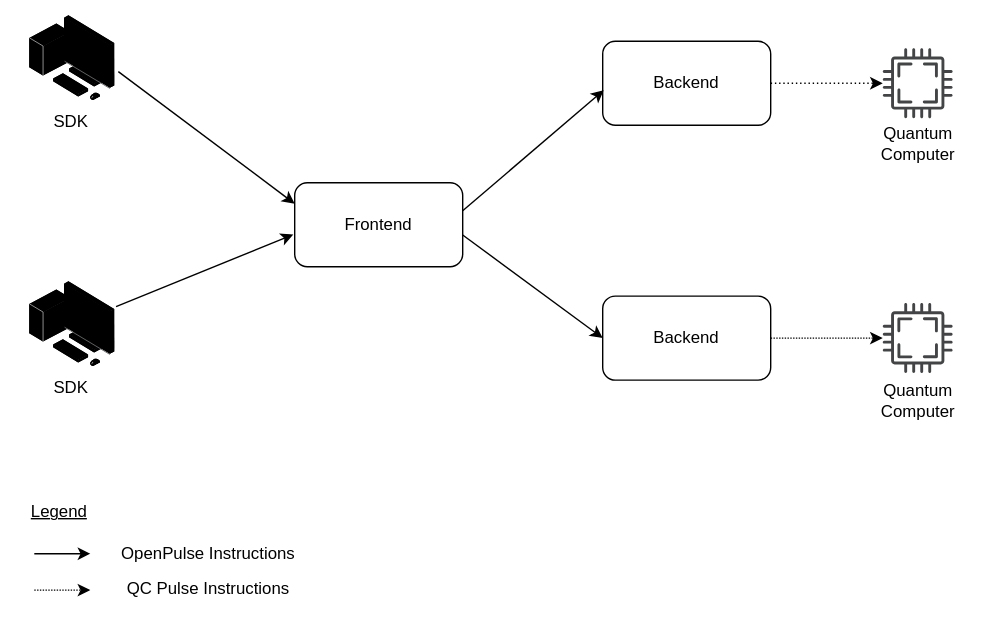
This is assets/tergite-overview.svg from tergite/tergite.github.io, a draw.io export, as it was before one commit. Source tidied: cells renumbered, new cells last; positions are measured from the earlier drawing's top-left corner, leaving out a move shared by most shapes. The source it was exported from:
```xml
<mxGraphModel>
  <root>
    <mxCell id="0" />
    <mxCell id="1" parent="0" />
    <mxCell id="2" style="edgeStyle=orthogonalEdgeStyle;rounded=0;jettySize=auto;html=1;dashed=1;dashPattern=1 2;" parent="1" edge="1" source="3" target="11">
      <mxGeometry relative="1" as="geometry" />
    </mxCell>
    <mxCell id="3" value="Backend" style="rounded=1;whiteSpace=wrap;html=1;" parent="1" vertex="1">
      <mxGeometry x="420" y="19" width="120" height="60" as="geometry" />
    </mxCell>
    <mxCell id="4" style="edgeStyle=orthogonalEdgeStyle;rounded=0;jettySize=auto;html=1;dashed=1;dashPattern=1 1;" parent="1" edge="1" source="5" target="14">
      <mxGeometry relative="1" as="geometry" />
    </mxCell>
    <mxCell id="5" value="Backend" style="rounded=1;whiteSpace=wrap;html=1;" parent="1" vertex="1">
      <mxGeometry x="420" y="201" width="120" height="60" as="geometry" />
    </mxCell>
    <mxCell id="6" value="Frontend" style="rounded=1;whiteSpace=wrap;html=1;" parent="1" vertex="1">
      <mxGeometry x="200" y="120" width="120" height="60" as="geometry" />
    </mxCell>
    <mxCell id="7" style="rounded=0;jettySize=auto;html=1;entryX=0;entryY=0.25;entryDx=0;entryDy=0;exitX=1.026;exitY=0.652;exitDx=0;exitDy=0;exitPerimeter=0;" parent="1" edge="1" source="17" target="6">
      <mxGeometry relative="1" as="geometry" />
    </mxCell>
    <mxCell id="8" style="rounded=0;jettySize=auto;html=1;entryX=0.006;entryY=0.583;entryDx=0;entryDy=0;entryPerimeter=0;" parent="1" edge="1" target="3">
      <mxGeometry relative="1" as="geometry">
        <mxPoint x="320" y="140" as="sourcePoint" />
      </mxGeometry>
    </mxCell>
    <mxCell id="9" style="rounded=0;jettySize=auto;html=1;entryX=0;entryY=0.5;entryDx=0;entryDy=0;exitX=1;exitY=0.622;exitDx=0;exitDy=0;exitPerimeter=0;" parent="1" edge="1" source="6" target="5">
      <mxGeometry relative="1" as="geometry" />
    </mxCell>
    <mxCell id="10" style="group;" parent="1" vertex="1">
      <mxGeometry x="605" y="24" width="80" height="88.4" as="geometry" />
    </mxCell>
    <mxCell id="11" style="sketch=0;shadow=0;dashed=0;html=1;strokeColor=none;fillColor=#434445;labelPosition=center;verticalLabelPosition=bottom;verticalAlign=top;align=center;outlineConnect=0;shape=mxgraph.vvd.cpu;" parent="10" vertex="1">
      <mxGeometry x="15" width="50" height="50" as="geometry" />
    </mxCell>
    <mxCell id="12" value="Quantum&lt;br&gt;Computer" style="text;html=1;align=center;verticalAlign=middle;strokeColor=none;fillColor=none;" parent="10" vertex="1">
      <mxGeometry y="48.4" width="80" height="40" as="geometry" />
    </mxCell>
    <mxCell id="13" style="group;" parent="1" vertex="1">
      <mxGeometry x="605" y="206" width="80" height="90" as="geometry" />
    </mxCell>
    <mxCell id="14" style="sketch=0;shadow=0;dashed=0;html=1;strokeColor=none;fillColor=#434445;labelPosition=center;verticalLabelPosition=bottom;verticalAlign=top;align=center;outlineConnect=0;shape=mxgraph.vvd.cpu;" parent="13" vertex="1">
      <mxGeometry x="15" width="50" height="50" as="geometry" />
    </mxCell>
    <mxCell id="15" value="Quantum&lt;br&gt;Computer" style="text;html=1;align=center;verticalAlign=middle;strokeColor=none;fillColor=none;" parent="13" vertex="1">
      <mxGeometry y="50" width="80" height="40" as="geometry" />
    </mxCell>
    <mxCell id="16" style="group;" parent="1" vertex="1">
      <mxGeometry width="100" height="97.4" as="geometry" />
    </mxCell>
    <mxCell id="17" style="image;points=[];html=1;align=center;shadow=0;dashed=0;image=img/lib/allied_telesis/computer_and_terminals/Personal_Computer_with_Server.svg;" parent="16" vertex="1">
      <mxGeometry x="10" width="62.4" height="62.4" as="geometry" />
    </mxCell>
    <mxCell id="18" value="SDK" style="text;html=1;align=center;verticalAlign=middle;strokeColor=none;fillColor=none;" parent="16" vertex="1">
      <mxGeometry x="15" y="62.4" width="50" height="30" as="geometry" />
    </mxCell>
    <mxCell id="19" style="group;" parent="1" vertex="1">
      <mxGeometry y="190" width="100" height="97.4" as="geometry" />
    </mxCell>
    <mxCell id="20" style="image;points=[];html=1;align=center;shadow=0;dashed=0;image=img/lib/allied_telesis/computer_and_terminals/Personal_Computer_with_Server.svg;" parent="19" vertex="1">
      <mxGeometry x="10" width="62.4" height="62.4" as="geometry" />
    </mxCell>
    <mxCell id="21" value="SDK" style="text;html=1;align=center;verticalAlign=middle;strokeColor=none;fillColor=none;" parent="19" vertex="1">
      <mxGeometry x="15" y="62.4" width="50" height="30" as="geometry" />
    </mxCell>
    <mxCell id="22" style="rounded=0;jettySize=auto;html=1;entryX=-0.008;entryY=0.617;entryDx=0;entryDy=0;entryPerimeter=0;" parent="1" edge="1" source="20" target="6">
      <mxGeometry relative="1" as="geometry" />
    </mxCell>
    <mxCell id="23" style="group;" parent="1" vertex="1">
      <mxGeometry x="10" y="340" width="203" height="85" as="geometry" />
    </mxCell>
    <mxCell id="24" value="QC Pulse Instructions" style="text;html=1;align=center;verticalAlign=middle;strokeColor=none;fillColor=none;" parent="23" vertex="1">
      <mxGeometry x="58" y="55" width="140" height="30" as="geometry" />
    </mxCell>
    <mxCell id="25" style="endArrow=classic;html=1;rounded=0;" parent="23" edge="1">
      <mxGeometry relative="1" as="geometry">
        <mxPoint x="4" y="45" as="sourcePoint" />
        <mxPoint x="44" y="45" as="targetPoint" />
        <Array as="points">
          <mxPoint x="4" y="45" />
        </Array>
      </mxGeometry>
    </mxCell>
    <mxCell id="26" value="OpenPulse Instructions" style="text;html=1;align=center;verticalAlign=middle;strokeColor=none;fillColor=none;" parent="23" vertex="1">
      <mxGeometry x="53" y="30" width="150" height="30" as="geometry" />
    </mxCell>
    <mxCell id="27" value="&lt;u&gt;Legend&lt;/u&gt;" style="text;html=1;align=left;verticalAlign=middle;strokeColor=none;fillColor=none;" parent="23" vertex="1">
      <mxGeometry width="60" height="30" as="geometry" />
    </mxCell>
    <mxCell id="28" style="endArrow=classic;html=1;rounded=0;dashed=1;dashPattern=1 1;" parent="23" edge="1">
      <mxGeometry relative="1" as="geometry">
        <mxPoint x="4" y="71" as="sourcePoint" />
        <mxPoint x="44" y="71" as="targetPoint" />
        <Array as="points">
          <mxPoint x="4" y="71" />
        </Array>
      </mxGeometry>
    </mxCell>
  </root>
</mxGraphModel>
```
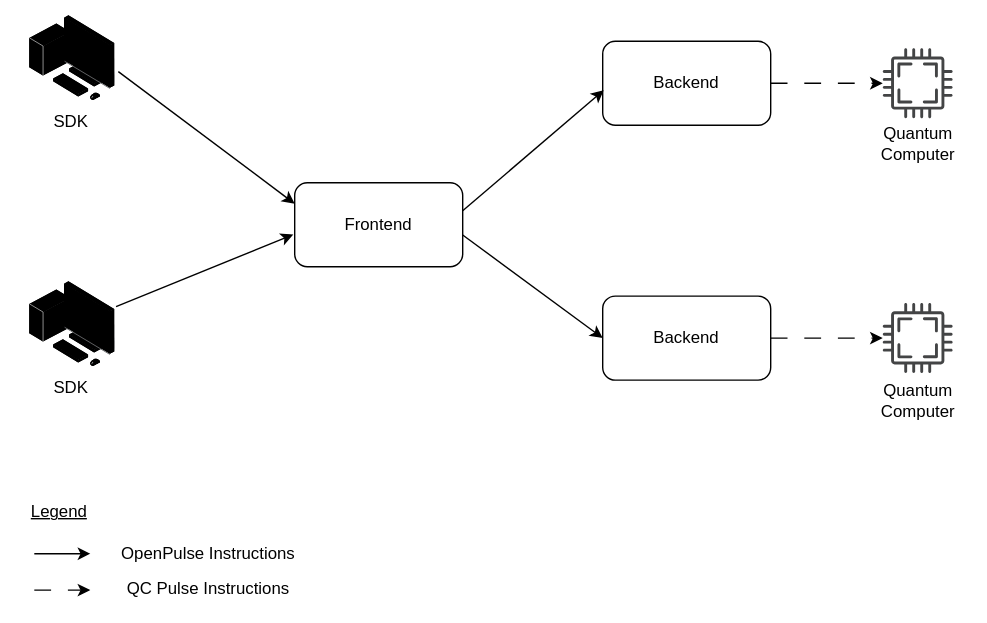
The same file after the commit.

Diff of the diagram source:
```diff
@@ -2,13 +2,13 @@
   <root>
     <mxCell id="0" />
     <mxCell id="1" parent="0" />
-    <mxCell id="2" style="edgeStyle=orthogonalEdgeStyle;rounded=0;jettySize=auto;html=1;dashed=1;dashPattern=1 2;" parent="1" edge="1" source="3" target="11">
+    <mxCell id="2" style="edgeStyle=orthogonalEdgeStyle;rounded=0;jettySize=auto;html=1;dashed=1;dashPattern=12 12;" parent="1" edge="1" source="3" target="11">
       <mxGeometry relative="1" as="geometry" />
     </mxCell>
     <mxCell id="3" value="Backend" style="rounded=1;whiteSpace=wrap;html=1;" parent="1" vertex="1">
       <mxGeometry x="420" y="19" width="120" height="60" as="geometry" />
     </mxCell>
-    <mxCell id="4" style="edgeStyle=orthogonalEdgeStyle;rounded=0;jettySize=auto;html=1;dashed=1;dashPattern=1 1;" parent="1" edge="1" source="5" target="14">
+    <mxCell id="4" style="edgeStyle=orthogonalEdgeStyle;rounded=0;jettySize=auto;html=1;dashed=1;dashPattern=12 12;" parent="1" edge="1" source="5" target="14">
       <mxGeometry relative="1" as="geometry" />
     </mxCell>
     <mxCell id="5" value="Backend" style="rounded=1;whiteSpace=wrap;html=1;" parent="1" vertex="1">
@@ -88,7 +88,7 @@
     <mxCell id="27" value="&lt;u&gt;Legend&lt;/u&gt;" style="text;html=1;align=left;verticalAlign=middle;strokeColor=none;fillColor=none;" parent="23" vertex="1">
       <mxGeometry width="60" height="30" as="geometry" />
     </mxCell>
-    <mxCell id="28" style="endArrow=classic;html=1;rounded=0;dashed=1;dashPattern=1 1;" parent="23" edge="1">
+    <mxCell id="28" style="endArrow=classic;html=1;rounded=0;dashed=1;dashPattern=12 12;" parent="23" edge="1">
       <mxGeometry relative="1" as="geometry">
         <mxPoint x="4" y="71" as="sourcePoint" />
         <mxPoint x="44" y="71" as="targetPoint" />
```
